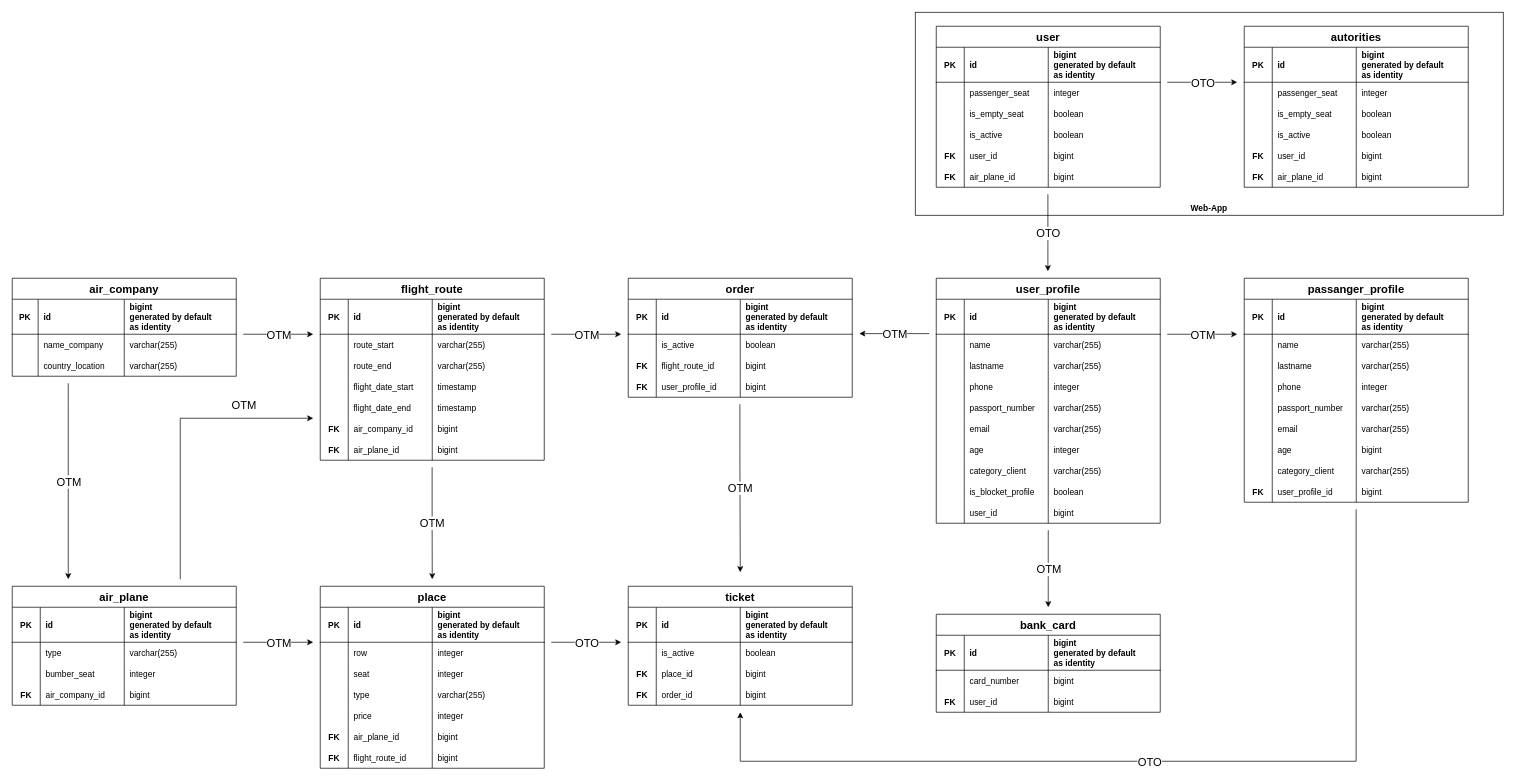
anomalmishka/myProject keeps this draw.io diagram as Untitled Diagram.drawio. Above is the earlier version. Source tidied: cells renumbered, new cells numbered last; positions are measured from the earlier drawing's top-left corner, leaving out a move shared by most shapes. Both pictures are drawn from the tidied source at 70%, with x=0, y=0 at pixel (12, 12).
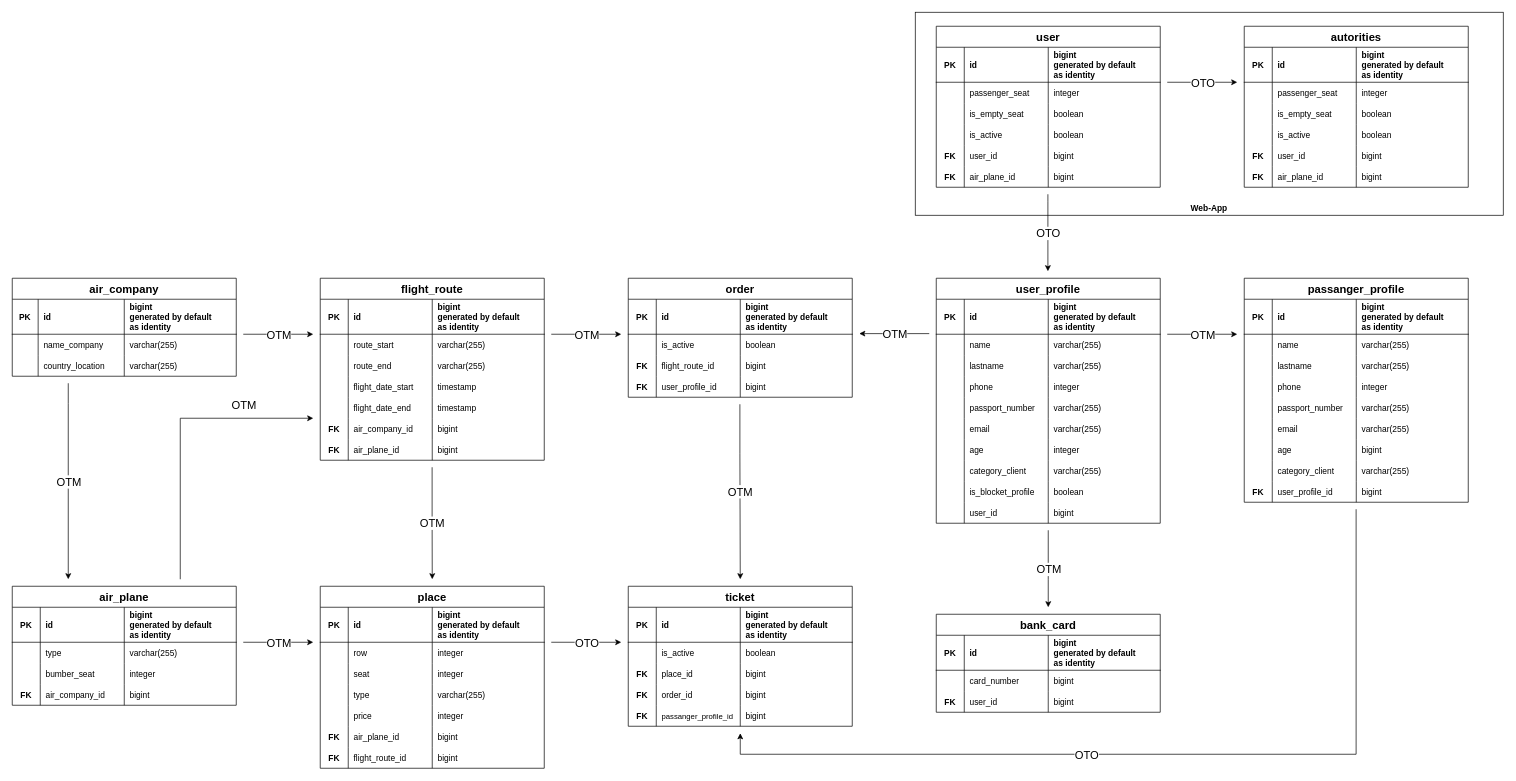
The same page after the edit.

The edit, as a diff of the source:
```diff
@@
     <mxCell id="44" value="ticket" style="shape=table;startSize=30;childLayout=tableLayout;rowLines=0;fontStyle=1;align=center;fontSize=16;spacing=2;" parent="1" vertex="1">
-      <mxGeometry x="880" y="820" width="320" height="170" as="geometry" />
+      <mxGeometry x="880" y="820" width="320" height="200" as="geometry" />
     </mxCell>
@@
+    <mxCell id="294" style="shape=partialRectangle;fillColor=none;top=0;left=0;right=0;bottom=0;" parent="44" vertex="1">
+      <mxGeometry y="170" width="320" height="30" as="geometry" />
+    </mxCell>
+    <mxCell id="295" value="FK" style="shape=partialRectangle;overflow=hidden;fillColor=none;top=0;left=0;bottom=0;right=0;fontStyle=1;" parent="294" vertex="1">
+      <mxGeometry width="40" height="30" as="geometry" />
+    </mxCell>
+    <mxCell id="296" value="passanger_profile_id" style="shape=partialRectangle;overflow=hidden;fillColor=none;top=0;left=0;bottom=0;right=0;align=left;spacingLeft=6;fontSize=11;" parent="294" vertex="1">
+      <mxGeometry x="40" width="120" height="30" as="geometry" />
+    </mxCell>
+    <mxCell id="297" value="bigint" style="shape=partialRectangle;overflow=hidden;fillColor=none;top=0;left=0;bottom=0;right=0;align=left;spacingLeft=6;" parent="294" vertex="1">
+      <mxGeometry x="160" width="160" height="30" as="geometry" />
+    </mxCell>
@@
     <mxCell id="288" style="endArrow=classic;html=1;rounded=0;fontSize=16;edgeStyle=orthogonalEdgeStyle;" parent="1" edge="1">
       <mxGeometry relative="1" as="geometry">
         <mxPoint x="1039.5" y="560" as="sourcePoint" />
-        <mxPoint x="1040" y="800" as="targetPoint" />
+        <mxPoint x="1040" y="810" as="targetPoint" />
         <Array as="points">
           <mxPoint x="1039.2" y="630" />
           <mxPoint x="1039.2" y="850" />
         </Array>
       </mxGeometry>
     </mxCell>
@@
     <mxCell id="292" style="endArrow=classic;html=1;rounded=0;fontSize=16;edgeStyle=orthogonalEdgeStyle;" parent="1" edge="1">
       <mxGeometry relative="1" as="geometry">
         <mxPoint x="1919.8" y="710" as="sourcePoint" />
-        <mxPoint x="1040" y="1000" as="targetPoint" />
+        <mxPoint x="1040" y="1030" as="targetPoint" />
         <Array as="points">
-          <mxPoint x="1920" y="1070" />
-          <mxPoint x="1040" y="1070" />
+          <mxPoint x="1920" y="1060" />
+          <mxPoint x="1040" y="1060" />
         </Array>
       </mxGeometry>
     </mxCell>
     <mxCell id="293" value="&lt;div&gt;OTO&lt;/div&gt;" style="edgeLabel;html=1;align=center;verticalAlign=middle;fontSize=16;" parent="292" vertex="1">
-      <mxGeometry relative="1" as="geometry" />
+      <mxGeometry relative="1" as="geometry">
+        <mxPoint x="-105" as="offset" />
+      </mxGeometry>
     </mxCell>
```
